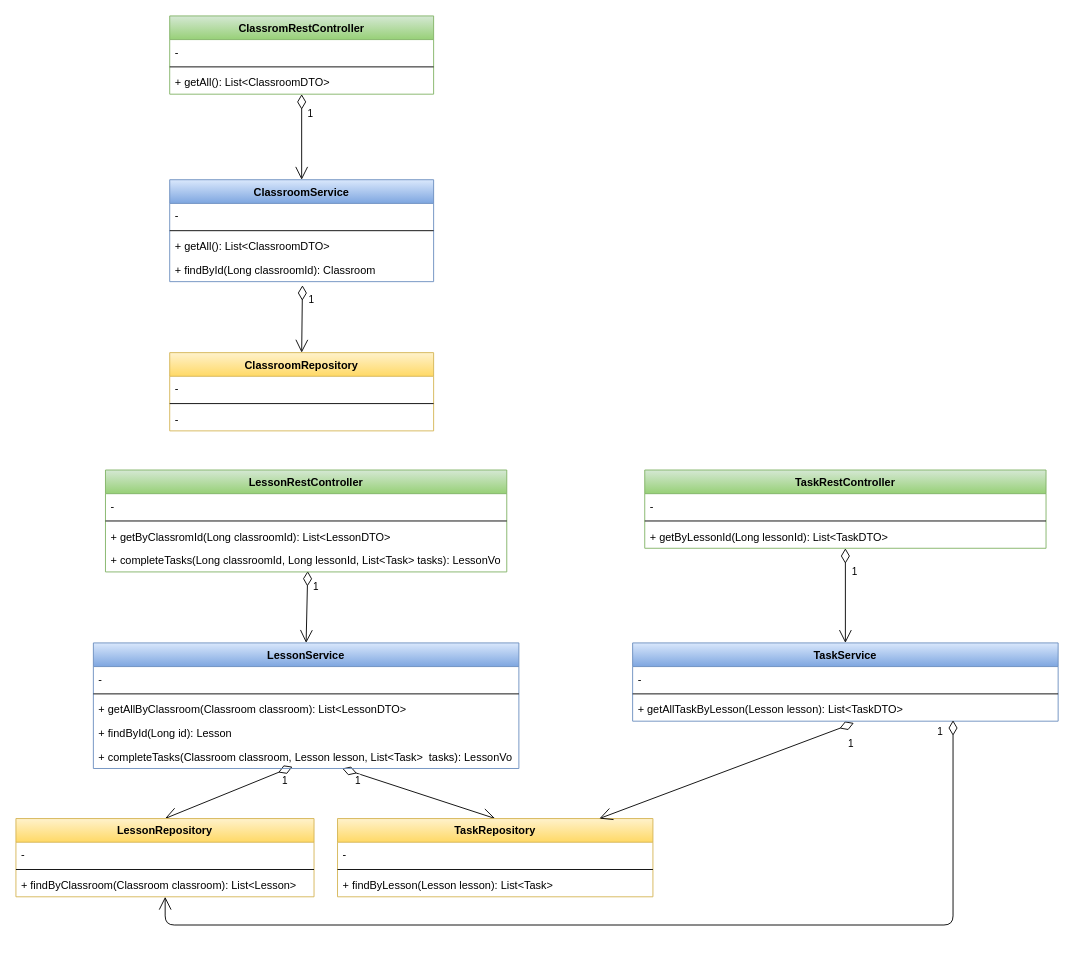
Before: page "Services" (2 of 2) of doc/UML.drawio in zolezzi/VirTuAula, a draw.io diagram. Source tidied: cells renumbered, new cells numbered last; positions are measured from the earlier drawing's top-left corner, leaving out a move shared by most shapes. Both pictures are drawn from the tidied source at 91%, with x=0, y=0 at pixel (15, 15).
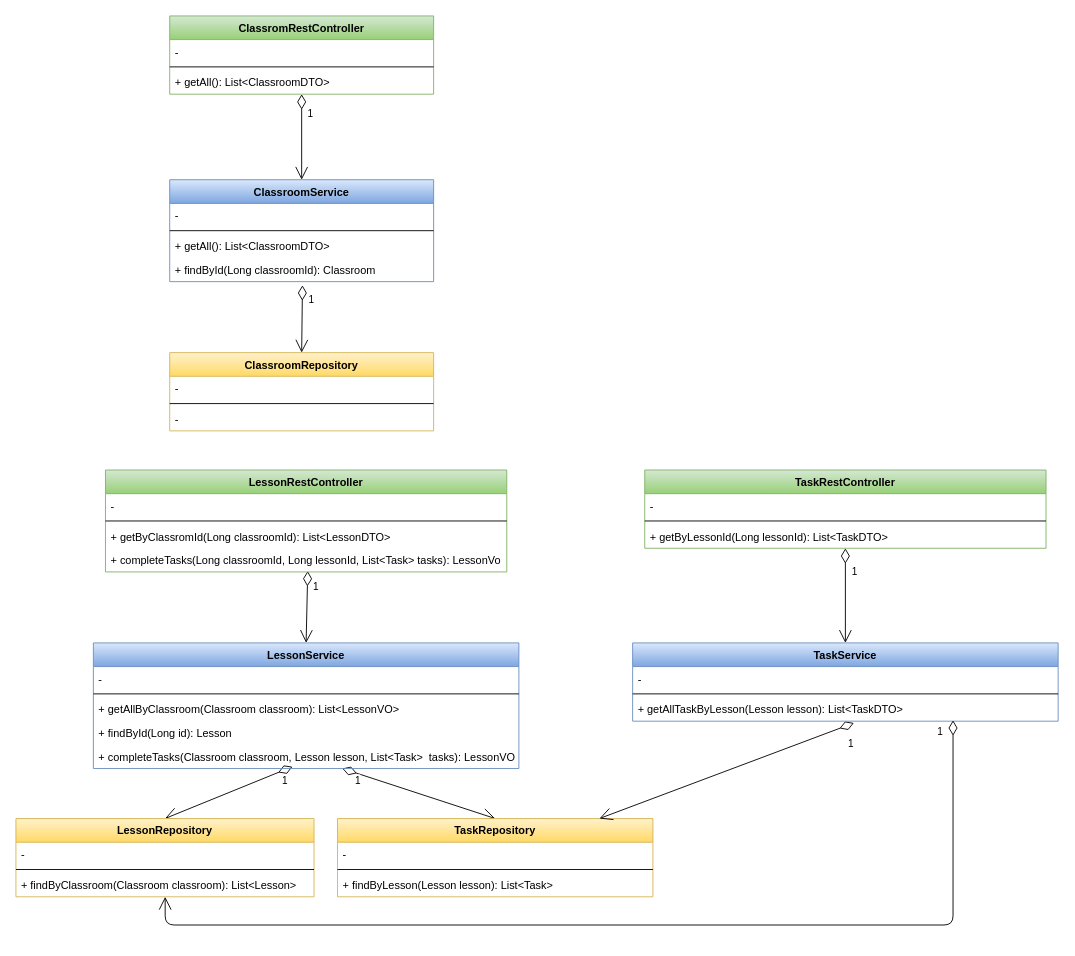
The same diagram, later.

Commit message:
Change documentation diagram services

The change refers to these unchanged cells:
```xml
<mxCell id="33" value="LessonService" style="swimlane;fontStyle=1;align=center;verticalAlign=top;horizontal=1;startSize=26;fillColor=#dae8fc;strokeColor=#6c8ebf;gradientColor=#7ea6e0;" parent="1" vertex="1">
  <mxGeometry x="85.1" y="689" width="467.6" height="138" as="geometry" />
</mxCell>
```

Diff of the diagram source:
```diff
@@
-    <mxCell id="36" value="+ getAllByClassroom(Classroom classroom): List&lt;LessonDTO&gt;" style="text;strokeColor=none;fillColor=none;align=left;verticalAlign=top;spacingLeft=4;spacingRight=4;overflow=hidden;" parent="33" vertex="1">
+    <mxCell id="36" value="+ getAllByClassroom(Classroom classroom): List&lt;LessonVO&gt;" style="text;strokeColor=none;fillColor=none;align=left;verticalAlign=top;spacingLeft=4;spacingRight=4;overflow=hidden;" parent="33" vertex="1">
       <mxGeometry y="60" width="467.6" height="26" as="geometry" />
     </mxCell>
@@
-    <mxCell id="38" value="+ completeTasks(Classroom classroom, Lesson lesson, List&lt;Task&gt;  tasks): LessonVo" style="text;strokeColor=none;fillColor=none;align=left;verticalAlign=top;spacingLeft=4;spacingRight=4;overflow=hidden;points=[[0,0.5],[1,0.5]];portConstraint=eastwest;" parent="33" vertex="1">
+    <mxCell id="38" value="+ completeTasks(Classroom classroom, Lesson lesson, List&lt;Task&gt;  tasks): LessonVO" style="text;strokeColor=none;fillColor=none;align=left;verticalAlign=top;spacingLeft=4;spacingRight=4;overflow=hidden;points=[[0,0.5],[1,0.5]];portConstraint=eastwest;" parent="33" vertex="1">
       <mxGeometry y="112" width="467.6" height="26" as="geometry" />
     </mxCell>
```
